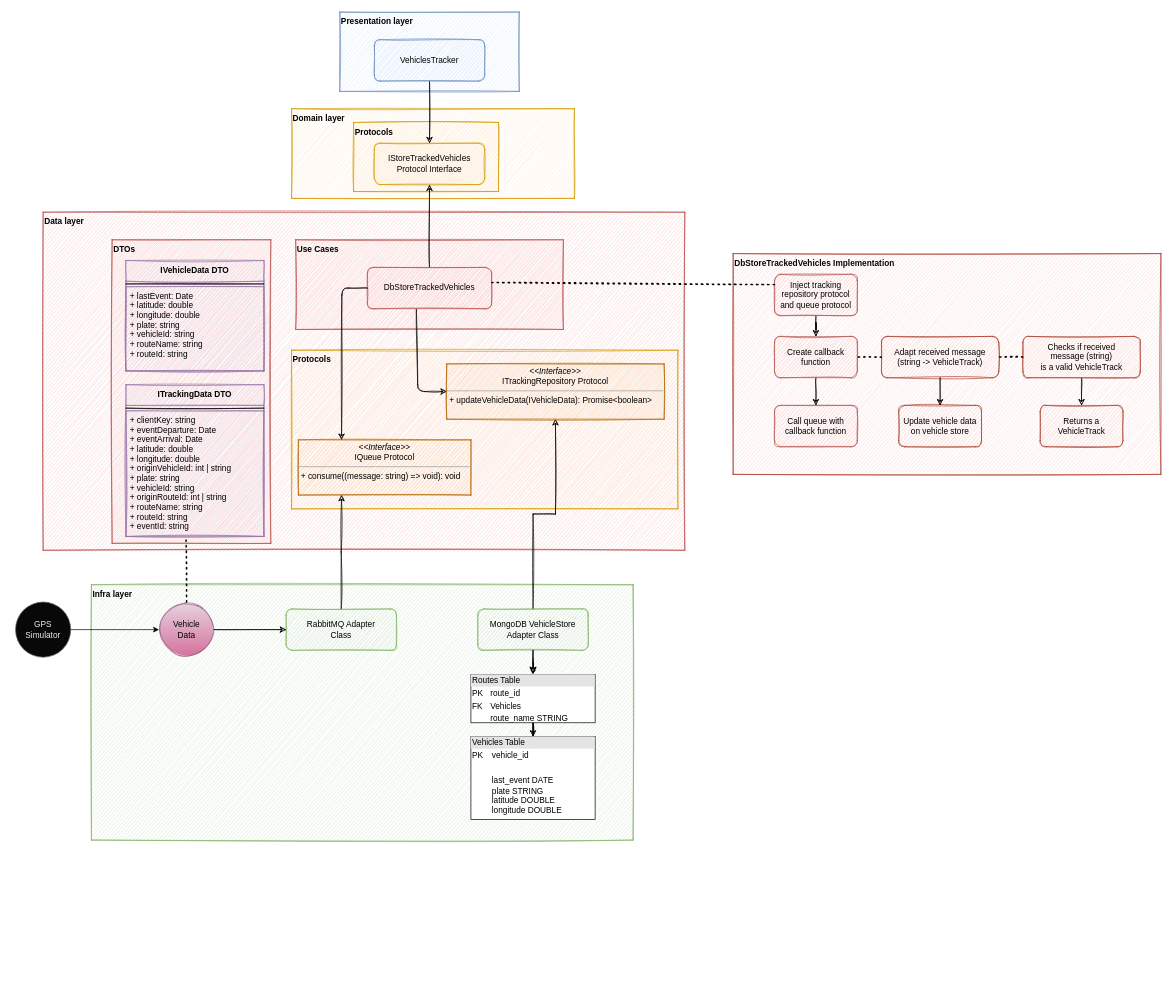
The draw.io diagram tracking-receiver/docs/tracking-receiver.drawio in atreib/tracking-env, before the edit. Source tidied: cells renumbered, new cells numbered last; positions are measured from the earlier drawing's top-left corner, leaving out a move shared by most shapes. Both pictures are drawn from the tidied source at 69%, with x=0, y=0 at pixel (15, 12).
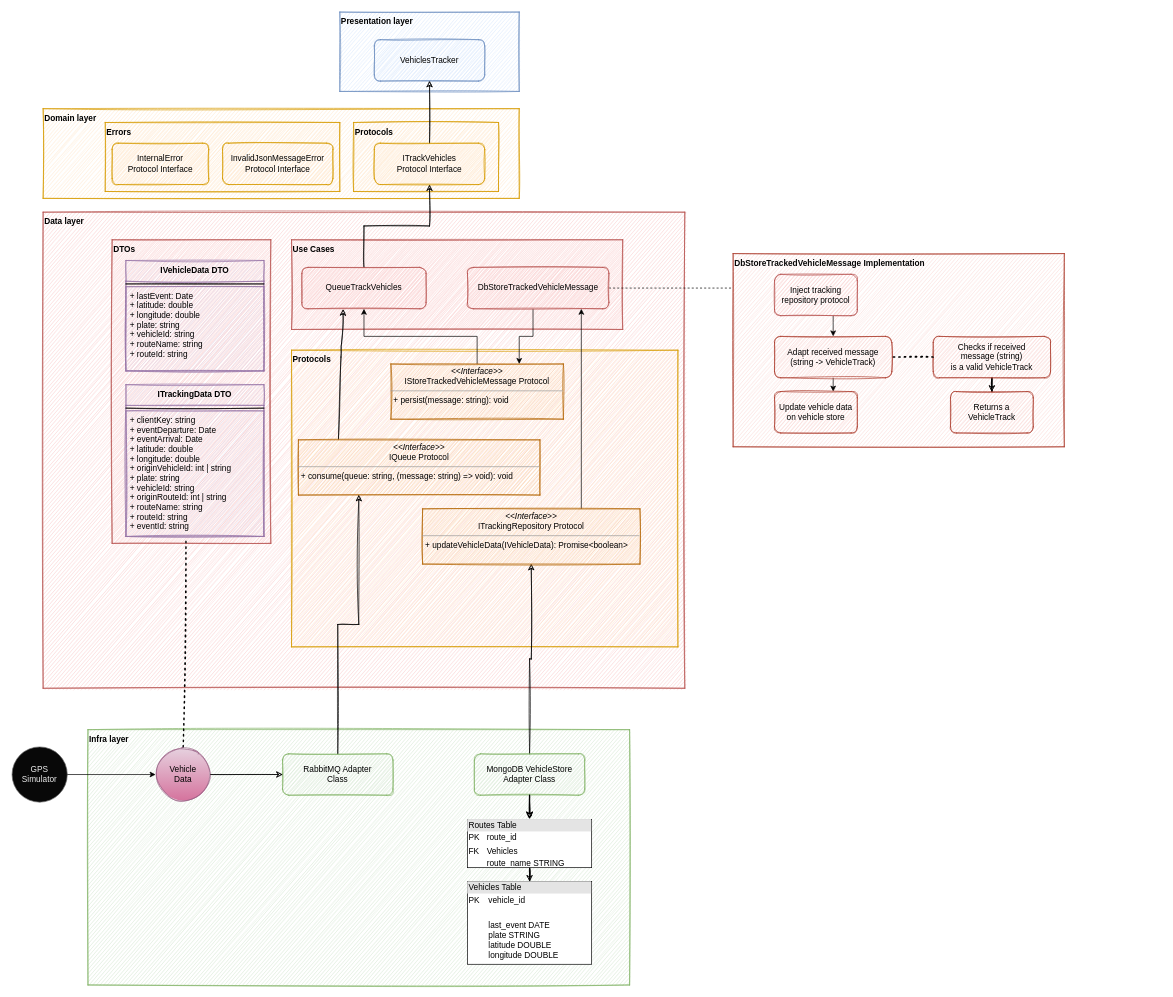
After the change.

Unchanged cells that the change refers to:
```xml
<mxCell id="15" value="VehiclesTracker" style="rounded=1;whiteSpace=wrap;html=1;sketch=1;fillColor=#dae8fc;strokeColor=#6c8ebf;" parent="1" vertex="1">
  <mxGeometry x="520" y="40" width="160" height="60" as="geometry" />
</mxCell>
```

Change to the diagram source:
```diff
@@
     <mxCell id="2" value="Data layer" style="rounded=0;whiteSpace=wrap;html=1;align=left;verticalAlign=top;sketch=1;fillColor=#f8cecc;strokeColor=#b85450;fontStyle=1;" parent="1" vertex="1">
-      <mxGeometry x="40" y="290" width="930" height="490" as="geometry" />
+      <mxGeometry x="40" y="290" width="930" height="690" as="geometry" />
     </mxCell>
     <mxCell id="3" value="Use Cases" style="rounded=0;whiteSpace=wrap;html=1;align=left;verticalAlign=top;sketch=1;fillColor=#f8cecc;strokeColor=#b85450;fontStyle=1;" parent="1" vertex="1">
-      <mxGeometry x="406" y="330" width="388" height="130" as="geometry" />
+      <mxGeometry x="400" y="330" width="480" height="130" as="geometry" />
     </mxCell>
     <mxCell id="4" value="Protocols" style="rounded=0;whiteSpace=wrap;html=1;align=left;verticalAlign=top;sketch=1;fillColor=#ffe6cc;strokeColor=#d79b00;fontStyle=1;" parent="1" vertex="1">
-      <mxGeometry x="400" y="490" width="560" height="230" as="geometry" />
+      <mxGeometry x="400" y="490" width="560" height="430" as="geometry" />
     </mxCell>
@@
     <mxCell id="6" value="Domain layer" style="rounded=0;whiteSpace=wrap;html=1;align=left;verticalAlign=top;sketch=1;fillColor=#ffe6cc;strokeColor=#d79b00;fontStyle=1;" parent="1" vertex="1">
-      <mxGeometry x="400" y="140" width="410" height="130" as="geometry" />
+      <mxGeometry x="40" y="140" width="690" height="130" as="geometry" />
     </mxCell>
@@
-    <mxCell id="8" value="&lt;span style=&quot;color: rgb(8 , 8 , 8)&quot;&gt;DbStoreTrackedVehicles Implementation&lt;/span&gt;" style="rounded=0;whiteSpace=wrap;html=1;align=left;verticalAlign=top;sketch=1;fillColor=#fad9d5;strokeColor=#ae4132;fontStyle=1;" parent="1" vertex="1">
-      <mxGeometry x="1040" y="350" width="620" height="320" as="geometry" />
+    <mxCell id="8" value="&lt;font color=&quot;#080808&quot;&gt;DbStoreTrackedVehicleMessage&amp;nbsp;Implementation&lt;/font&gt;" style="rounded=0;whiteSpace=wrap;html=1;align=left;verticalAlign=top;sketch=1;fillColor=#fad9d5;strokeColor=#ae4132;fontStyle=1;" parent="1" vertex="1">
+      <mxGeometry x="1040" y="350" width="480" height="280" as="geometry" />
     </mxCell>
     <mxCell id="9" value="Infra layer" style="rounded=0;whiteSpace=wrap;html=1;align=left;verticalAlign=top;sketch=1;fillColor=#d5e8d4;strokeColor=#82b366;fontStyle=1;" parent="1" vertex="1">
-      <mxGeometry x="110" y="830" width="785" height="370" as="geometry" />
+      <mxGeometry x="105" y="1040" width="785" height="370" as="geometry" />
     </mxCell>
@@
-    <mxCell id="14" style="edgeStyle=orthogonalEdgeStyle;rounded=0;jettySize=auto;html=1;sketch=1;" parent="1" edge="1" source="15" target="22">
+    <mxCell id="14" style="edgeStyle=orthogonalEdgeStyle;rounded=0;jettySize=auto;html=1;sketch=1;startArrow=classic;startFill=1;endArrow=none;endFill=0;" parent="1" edge="1" source="15" target="22">
       <mxGeometry relative="1" as="geometry" />
     </mxCell>
@@
-    <mxCell id="17" value="DbStoreTrackedVehicles" style="rounded=1;whiteSpace=wrap;html=1;sketch=1;fillColor=#f8cecc;strokeColor=#b85450;" parent="1" vertex="1">
-      <mxGeometry x="510" y="370" width="180" height="60" as="geometry" />
+    <mxCell id="17" value="QueueTrackVehicles" style="rounded=1;whiteSpace=wrap;html=1;sketch=1;fillColor=#f8cecc;strokeColor=#b85450;" parent="1" vertex="1">
+      <mxGeometry x="415" y="370" width="180" height="60" as="geometry" />
     </mxCell>
@@
     <mxCell id="19" value="MongoDB VehicleStore Adapter Class" style="rounded=1;whiteSpace=wrap;html=1;sketch=1;fillColor=#d5e8d4;strokeColor=#82b366;" parent="1" vertex="1">
-      <mxGeometry x="670" y="865" width="160" height="60" as="geometry" />
+      <mxGeometry x="665" y="1075" width="160" height="60" as="geometry" />
     </mxCell>
@@
     <mxCell id="21" value="RabbitMQ Adapter&lt;br&gt;Class" style="rounded=1;whiteSpace=wrap;html=1;sketch=1;fillColor=#d5e8d4;strokeColor=#82b366;" parent="1" vertex="1">
-      <mxGeometry x="392" y="865" width="160" height="60" as="geometry" />
+      <mxGeometry x="387" y="1075" width="160" height="60" as="geometry" />
     </mxCell>
-    <mxCell id="22" value="IStoreTrackedVehicles&lt;br&gt;Protocol Interface" style="rounded=1;whiteSpace=wrap;html=1;sketch=1;fillColor=#ffe6cc;strokeColor=#d79b00;" parent="1" vertex="1">
+    <mxCell id="22" value="ITrackVehicles&lt;br&gt;Protocol Interface" style="rounded=1;whiteSpace=wrap;html=1;sketch=1;fillColor=#ffe6cc;strokeColor=#d79b00;" parent="1" vertex="1">
       <mxGeometry x="520" y="190" width="160" height="60" as="geometry" />
     </mxCell>
-    <mxCell id="23" style="endArrow=classic;html=1;exitX=0.394;exitY=1.017;exitDx=0;exitDy=0;entryX=0;entryY=0.5;entryDx=0;entryDy=0;exitPerimeter=0;sketch=1;" parent="1" edge="1" source="17" target="44">
-      <mxGeometry relative="1" as="geometry">
-        <Array as="points">
-          <mxPoint x="583" y="550" />
-        </Array>
-      </mxGeometry>
-    </mxCell>
-    <mxCell id="24" style="endArrow=classic;html=1;exitX=0;exitY=0.5;exitDx=0;exitDy=0;entryX=0.25;entryY=0;entryDx=0;entryDy=0;sketch=1;" parent="1" edge="1" source="17" target="52">
+    <mxCell id="24" style="endArrow=none;html=1;exitX=0.333;exitY=1.017;exitDx=0;exitDy=0;sketch=1;exitPerimeter=0;startArrow=classic;startFill=1;endFill=0;" parent="1" edge="1" source="17">
       <mxGeometry relative="1" as="geometry">
+        <mxPoint x="468" y="619" as="targetPoint" />
         <Array as="points">
-          <mxPoint x="473" y="400" />
+          <mxPoint x="472" y="490" />
         </Array>
       </mxGeometry>
     </mxCell>
     <mxCell id="25" value="Vehicle&lt;br&gt;Data" style="ellipse;whiteSpace=wrap;html=1;sketch=1;fillColor=#e6d0de;strokeColor=#996185;gradientColor=#d5739d;" parent="1" vertex="1">
-      <mxGeometry x="208" y="855" width="80" height="80" as="geometry" />
+      <mxGeometry x="203" y="1065" width="80" height="80" as="geometry" />
     </mxCell>
@@
-    <mxCell id="28" style="edgeStyle=orthogonalEdgeStyle;rounded=0;jettySize=auto;html=1;entryX=0.5;entryY=0;entryDx=0;entryDy=0;sketch=1;" parent="1" edge="1" source="29" target="31">
-      <mxGeometry relative="1" as="geometry" />
-    </mxCell>
+    <mxCell id="53" style="edgeStyle=orthogonalEdgeStyle;rounded=0;jettySize=auto;html=1;startArrow=none;startFill=0;endArrow=classic;endFill=1;" parent="1" edge="1" source="29" target="33">
+      <mxGeometry relative="1" as="geometry">
+        <Array as="points">
+          <mxPoint x="1185" y="450" />
+          <mxPoint x="1185" y="450" />
+        </Array>
+      </mxGeometry>
+    </mxCell>
-    <mxCell id="29" value="Inject tracking repository protocol and queue protocol" style="rounded=1;whiteSpace=wrap;html=1;sketch=1;fillColor=#f8cecc;strokeColor=#b85450;" parent="1" vertex="1">
+    <mxCell id="29" value="Inject tracking repository protocol" style="rounded=1;whiteSpace=wrap;html=1;sketch=1;fillColor=#f8cecc;strokeColor=#b85450;" parent="1" vertex="1">
       <mxGeometry x="1100" y="380" width="120" height="60" as="geometry" />
     </mxCell>
-    <mxCell id="30" style="edgeStyle=orthogonalEdgeStyle;rounded=0;jettySize=auto;html=1;sketch=1;" parent="1" edge="1" source="31" target="32">
-      <mxGeometry relative="1" as="geometry" />
-    </mxCell>
-    <mxCell id="31" value="Create callback function" style="rounded=1;whiteSpace=wrap;html=1;sketch=1;fillColor=#f8cecc;strokeColor=#b85450;" parent="1" vertex="1">
-      <mxGeometry x="1100" y="470" width="120" height="60" as="geometry" />
-    </mxCell>
-    <mxCell id="32" value="Call queue with callback function" style="rounded=1;whiteSpace=wrap;html=1;sketch=1;fillColor=#f8cecc;strokeColor=#b85450;" parent="1" vertex="1">
-      <mxGeometry x="1100" y="570" width="120" height="60" as="geometry" />
-    </mxCell>
+    <mxCell id="36" style="edgeStyle=orthogonalEdgeStyle;rounded=0;jettySize=auto;html=1;startArrow=none;startFill=0;endArrow=classic;endFill=1;" parent="1" edge="1" source="33" target="34">
+      <mxGeometry relative="1" as="geometry">
+        <Array as="points">
+          <mxPoint x="1160" y="530" />
+          <mxPoint x="1160" y="530" />
+        </Array>
+      </mxGeometry>
+    </mxCell>
     <mxCell id="33" value="Adapt received message &lt;br&gt;(string -&amp;gt; VehicleTrack)" style="rounded=1;whiteSpace=wrap;html=1;sketch=1;fillColor=#fad9d5;strokeColor=#ae4132;" parent="1" vertex="1">
-      <mxGeometry x="1255" y="470" width="170" height="60" as="geometry" />
+      <mxGeometry x="1100" y="470" width="170" height="60" as="geometry" />
     </mxCell>
     <mxCell id="34" value="Update vehicle data&lt;br&gt;on vehicle store" style="rounded=1;whiteSpace=wrap;html=1;sketch=1;fillColor=#fad9d5;strokeColor=#ae4132;" parent="1" vertex="1">
-      <mxGeometry x="1280" y="570" width="120" height="60" as="geometry" />
+      <mxGeometry x="1100" y="550" width="120" height="60" as="geometry" />
     </mxCell>
-    <mxCell id="35" style="endArrow=none;dashed=1;html=1;dashPattern=1 3;strokeWidth=2;exitX=0;exitY=0.5;exitDx=0;exitDy=0;entryX=1;entryY=0.5;entryDx=0;entryDy=0;sketch=1;" parent="1" edge="1" source="33" target="31">
-      <mxGeometry relative="1" as="geometry" />
-    </mxCell>
-    <mxCell id="36" style="endArrow=classic;html=1;exitX=0.5;exitY=1;exitDx=0;exitDy=0;entryX=0.5;entryY=0;entryDx=0;entryDy=0;sketch=1;" parent="1" edge="1" source="33" target="34">
-      <mxGeometry relative="1" as="geometry" />
-    </mxCell>
-    <mxCell id="37" style="endArrow=none;dashed=1;html=1;dashPattern=1 3;strokeWidth=2;exitX=1;exitY=0.367;exitDx=0;exitDy=0;entryX=0;entryY=0.25;entryDx=0;entryDy=0;exitPerimeter=0;sketch=1;" parent="1" edge="1" source="17" target="29">
-      <mxGeometry relative="1" as="geometry" />
-    </mxCell>
@@
     <mxCell id="39" value="&lt;div style=&quot;box-sizing: border-box ; width: 100% ; background: #e4e4e4 ; padding: 2px&quot;&gt;Routes Table&lt;/div&gt;&lt;table style=&quot;width: 100% ; font-size: 1em&quot; cellpadding=&quot;2&quot; cellspacing=&quot;0&quot;&gt;&lt;tbody&gt;&lt;tr&gt;&lt;td&gt;PK&lt;/td&gt;&lt;td&gt;route_id&lt;/td&gt;&lt;/tr&gt;&lt;tr&gt;&lt;td&gt;FK&lt;/td&gt;&lt;td&gt;Vehicles&lt;/td&gt;&lt;/tr&gt;&lt;tr&gt;&lt;td&gt;&lt;/td&gt;&lt;td&gt;route_name STRING&lt;/td&gt;&lt;/tr&gt;&lt;/tbody&gt;&lt;/table&gt;" style="verticalAlign=top;align=left;overflow=fill;html=1;" parent="1" vertex="1">
-      <mxGeometry x="660" y="960" width="180" height="70" as="geometry" />
+      <mxGeometry x="655" y="1170" width="180" height="70" as="geometry" />
     </mxCell>
     <mxCell id="40" value="&lt;div style=&quot;box-sizing: border-box ; width: 100% ; background: #e4e4e4 ; padding: 2px&quot;&gt;Vehicles Table&lt;/div&gt;&lt;table style=&quot;width: 100% ; font-size: 1em&quot; cellpadding=&quot;2&quot; cellspacing=&quot;0&quot;&gt;&lt;tbody&gt;&lt;tr&gt;&lt;td&gt;PK&lt;/td&gt;&lt;td&gt;vehicle_id&lt;/td&gt;&lt;/tr&gt;&lt;tr&gt;&lt;td&gt;&lt;br&gt;&lt;/td&gt;&lt;td&gt;&lt;br&gt;&lt;/td&gt;&lt;/tr&gt;&lt;tr&gt;&lt;td&gt;&lt;br&gt;&lt;/td&gt;&lt;td&gt;last_event DATE&lt;br&gt;plate STRING&lt;br&gt;latitude DOUBLE&lt;br&gt;longitude DOUBLE&lt;/td&gt;&lt;/tr&gt;&lt;/tbody&gt;&lt;/table&gt;" style="verticalAlign=top;align=left;overflow=fill;html=1;" parent="1" vertex="1">
-      <mxGeometry x="660" y="1050" width="180" height="120" as="geometry" />
+      <mxGeometry x="655" y="1260" width="180" height="120" as="geometry" />
     </mxCell>
@@
     <mxCell id="42" value="GPS&lt;br&gt;Simulator" style="ellipse;whiteSpace=wrap;html=1;strokeColor=#666666;fillColor=#080808;fontColor=#EDEDED;" parent="1" vertex="1">
-      <mxGeometry y="855" width="80" height="80" as="geometry" />
+      <mxGeometry x="-5" y="1065" width="80" height="80" as="geometry" />
     </mxCell>
@@
+    <mxCell id="54" style="edgeStyle=orthogonalEdgeStyle;rounded=0;jettySize=auto;html=1;startArrow=none;startFill=0;endArrow=classic;endFill=1;" parent="1" edge="1" source="44" target="62">
+      <mxGeometry relative="1" as="geometry">
+        <Array as="points">
+          <mxPoint x="820" y="510" />
+          <mxPoint x="820" y="510" />
+        </Array>
+      </mxGeometry>
+    </mxCell>
     <mxCell id="44" value="&lt;p style=&quot;margin: 0px ; margin-top: 4px ; text-align: center&quot;&gt;&lt;i&gt;&amp;lt;&amp;lt;Interface&amp;gt;&amp;gt;&lt;/i&gt;&lt;br&gt;&lt;span&gt;ITrackingRepository Protocol&lt;/span&gt;&lt;br&gt;&lt;/p&gt;&lt;hr size=&quot;1&quot;&gt;&lt;p style=&quot;margin: 0px ; margin-left: 4px&quot;&gt;&lt;span&gt;+ updateVehicleData(IVehicleData): Promise&amp;lt;boolean&amp;gt;&lt;/span&gt;&lt;/p&gt;&lt;p style=&quot;margin: 0px ; margin-left: 4px&quot;&gt;&lt;br&gt;&lt;/p&gt;" style="verticalAlign=top;align=left;overflow=fill;fontSize=12;fontFamily=Helvetica;html=1;fillColor=#fad7ac;strokeColor=#b46504;sketch=1;" parent="1" vertex="1">
-      <mxGeometry x="625" y="510" width="315" height="80" as="geometry" />
+      <mxGeometry x="590" y="720" width="315" height="80" as="geometry" />
     </mxCell>
@@
     <mxCell id="49" value="Checks if received &lt;br&gt;message (string) &lt;br&gt;is a valid VehicleTrack" style="rounded=1;whiteSpace=wrap;html=1;sketch=1;fillColor=#fad9d5;strokeColor=#ae4132;" parent="1" vertex="1">
-      <mxGeometry x="1460" y="470" width="170" height="60" as="geometry" />
+      <mxGeometry x="1330" y="470" width="170" height="60" as="geometry" />
     </mxCell>
@@
     <mxCell id="51" value="Returns a&lt;br&gt;VehicleTrack" style="rounded=1;whiteSpace=wrap;html=1;sketch=1;fillColor=#fad9d5;strokeColor=#ae4132;" parent="1" vertex="1">
-      <mxGeometry x="1485" y="570" width="120" height="60" as="geometry" />
+      <mxGeometry x="1355" y="550" width="120" height="60" as="geometry" />
     </mxCell>
-    <mxCell id="52" value="&lt;p style=&quot;margin: 0px ; margin-top: 4px ; text-align: center&quot;&gt;&lt;i&gt;&amp;lt;&amp;lt;Interface&amp;gt;&amp;gt;&lt;/i&gt;&lt;br&gt;&lt;span&gt;IQueue Protocol&lt;/span&gt;&lt;br&gt;&lt;/p&gt;&lt;hr size=&quot;1&quot;&gt;&lt;p style=&quot;margin: 0px ; margin-left: 4px&quot;&gt;&lt;span&gt;+ consume((message: string) =&amp;gt; void): void&lt;/span&gt;&lt;/p&gt;&lt;p style=&quot;margin: 0px ; margin-left: 4px&quot;&gt;&lt;br&gt;&lt;/p&gt;" style="verticalAlign=top;align=left;overflow=fill;fontSize=12;fontFamily=Helvetica;html=1;fillColor=#fad7ac;strokeColor=#b46504;sketch=1;" parent="1" vertex="1">
-      <mxGeometry x="410" y="620" width="250" height="80" as="geometry" />
+    <mxCell id="52" value="&lt;p style=&quot;margin: 0px ; margin-top: 4px ; text-align: center&quot;&gt;&lt;i&gt;&amp;lt;&amp;lt;Interface&amp;gt;&amp;gt;&lt;/i&gt;&lt;br&gt;&lt;span&gt;IQueue Protocol&lt;/span&gt;&lt;br&gt;&lt;/p&gt;&lt;hr size=&quot;1&quot;&gt;&lt;p style=&quot;margin: 0px ; margin-left: 4px&quot;&gt;&lt;span&gt;+ consume(queue: string, (message: string) =&amp;gt; void): void&lt;/span&gt;&lt;/p&gt;&lt;p style=&quot;margin: 0px ; margin-left: 4px&quot;&gt;&lt;br&gt;&lt;/p&gt;" style="verticalAlign=top;align=left;overflow=fill;fontSize=12;fontFamily=Helvetica;html=1;fillColor=#fad7ac;strokeColor=#b46504;sketch=1;" parent="1" vertex="1">
+      <mxGeometry x="410" y="620" width="350" height="80" as="geometry" />
     </mxCell>
+    <mxCell id="55" value="Errors" style="rounded=0;whiteSpace=wrap;html=1;align=left;verticalAlign=top;sketch=1;fillColor=#ffe6cc;strokeColor=#d79b00;fontStyle=1;" parent="1" vertex="1">
+      <mxGeometry x="130" y="160" width="340" height="100" as="geometry" />
+    </mxCell>
+    <mxCell id="56" value="InternalError&lt;br&gt;Protocol Interface" style="rounded=1;whiteSpace=wrap;html=1;sketch=1;fillColor=#ffe6cc;strokeColor=#d79b00;" parent="1" vertex="1">
+      <mxGeometry x="140" y="190" width="140" height="60" as="geometry" />
+    </mxCell>
+    <mxCell id="57" value="InvalidJsonMessageError&lt;br&gt;Protocol Interface" style="rounded=1;whiteSpace=wrap;html=1;sketch=1;fillColor=#ffe6cc;strokeColor=#d79b00;" parent="1" vertex="1">
+      <mxGeometry x="300" y="190" width="160" height="60" as="geometry" />
+    </mxCell>
+    <mxCell id="58" style="edgeStyle=orthogonalEdgeStyle;rounded=0;jettySize=auto;html=1;startArrow=none;startFill=0;endArrow=classic;endFill=1;" parent="1" edge="1" source="59" target="17">
+      <mxGeometry relative="1" as="geometry" />
+    </mxCell>
+    <mxCell id="59" value="&lt;p style=&quot;margin: 0px ; margin-top: 4px ; text-align: center&quot;&gt;&lt;i&gt;&amp;lt;&amp;lt;Interface&amp;gt;&amp;gt;&lt;/i&gt;&lt;br&gt;&lt;span&gt;IStoreTrackedVehicleMessage&amp;nbsp;Protocol&lt;/span&gt;&lt;br&gt;&lt;/p&gt;&lt;hr size=&quot;1&quot;&gt;&lt;p style=&quot;margin: 0px ; margin-left: 4px&quot;&gt;&lt;span&gt;+ persist(message: string): void&lt;/span&gt;&lt;/p&gt;&lt;p style=&quot;margin: 0px ; margin-left: 4px&quot;&gt;&lt;br&gt;&lt;/p&gt;" style="verticalAlign=top;align=left;overflow=fill;fontSize=12;fontFamily=Helvetica;html=1;fillColor=#fad7ac;strokeColor=#b46504;sketch=1;" parent="1" vertex="1">
+      <mxGeometry x="544" y="510" width="250" height="80" as="geometry" />
+    </mxCell>
+    <mxCell id="60" style="edgeStyle=orthogonalEdgeStyle;rounded=0;jettySize=auto;html=1;startArrow=none;startFill=0;endArrow=classic;endFill=1;" parent="1" edge="1" source="62" target="59">
+      <mxGeometry relative="1" as="geometry">
+        <Array as="points">
+          <mxPoint x="750" y="470" />
+          <mxPoint x="730" y="470" />
+        </Array>
+      </mxGeometry>
+    </mxCell>
+    <mxCell id="61" style="edgeStyle=orthogonalEdgeStyle;rounded=0;jettySize=auto;html=1;startArrow=none;startFill=0;endArrow=none;endFill=0;dashed=1;" parent="1" edge="1" source="62" target="8">
+      <mxGeometry relative="1" as="geometry">
+        <Array as="points">
+          <mxPoint x="980" y="400" />
+          <mxPoint x="980" y="400" />
+        </Array>
+      </mxGeometry>
+    </mxCell>
+    <mxCell id="62" value="DbStoreTrackedVehicleMessage" style="rounded=1;whiteSpace=wrap;html=1;sketch=1;fillColor=#f8cecc;strokeColor=#b85450;" parent="1" vertex="1">
+      <mxGeometry x="655" y="370" width="205" height="60" as="geometry" />
+    </mxCell>
```
